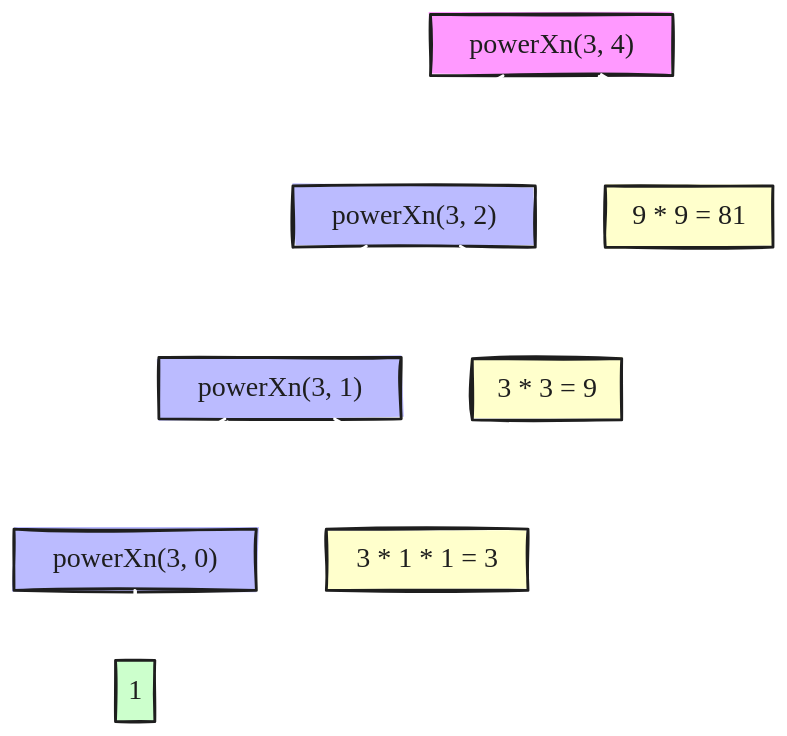
Before: lec34_recursionDay4/powerXn.excalidraw.svg, a diagram exported from Excalidraw (snckkund/Cpp). Source tidied: one line per element, renumbered; positions are measured from the earlier drawing's top-left corner, leaving out a move shared by most shapes. The source it was exported from:
```json
{"id": 0, "type": "rectangle", "strokeColor": "#1e1e1e", "backgroundColor": "#f9f", "fillStyle": "solid", "strokeWidth": 2, "roughness": 1, "x": 298, "y": 0, "width": 173, "height": 44}
{"id": 1, "type": "rectangle", "strokeColor": "#1e1e1e", "backgroundColor": "#bbf", "fillStyle": "solid", "strokeWidth": 2, "roughness": 1, "x": 199, "y": 123, "width": 173, "height": 44}
{"id": 2, "type": "rectangle", "strokeColor": "#1e1e1e", "backgroundColor": "#bbf", "fillStyle": "solid", "strokeWidth": 2, "roughness": 1, "x": 104, "y": 245, "width": 173, "height": 44}
{"id": 3, "type": "rectangle", "strokeColor": "#1e1e1e", "backgroundColor": "#bbf", "fillStyle": "solid", "strokeWidth": 2, "roughness": 1, "x": 0, "y": 368, "width": 173, "height": 44}
{"id": 4, "type": "rectangle", "strokeColor": "#1e1e1e", "backgroundColor": "#cfc", "fillStyle": "solid", "strokeWidth": 2, "roughness": 1, "x": 73, "y": 462, "width": 28, "height": 44}
{"id": 5, "type": "rectangle", "strokeColor": "#1e1e1e", "backgroundColor": "#ffc", "fillStyle": "solid", "strokeWidth": 2, "roughness": 1, "x": 223, "y": 368, "width": 144, "height": 44}
{"id": 6, "type": "rectangle", "strokeColor": "#1e1e1e", "backgroundColor": "#ffc", "fillStyle": "solid", "strokeWidth": 2, "roughness": 1, "x": 327, "y": 246, "width": 107, "height": 44}
{"id": 7, "type": "rectangle", "strokeColor": "#1e1e1e", "backgroundColor": "#ffc", "fillStyle": "solid", "strokeWidth": 2, "roughness": 1, "x": 422, "y": 123, "width": 120, "height": 44}
{"id": 8, "type": "arrow", "strokeColor": "#ffffff", "strokeWidth": 2, "roughness": 1, "endArrowhead": "arrow", "round": true, "from": 0, "to": 1, "x": 349, "y": 44, "width": 63, "height": 72, "points": [[0, 0], [-63, 39], [-63, 72]]}
{"id": 9, "type": "arrow", "strokeColor": "#ffffff", "strokeWidth": 2, "roughness": 1, "endArrowhead": "arrow", "round": true, "from": 1, "to": 2, "x": 252, "y": 167, "width": 61, "height": 73, "points": [[0, 0], [-61, 39], [-61, 73]]}
{"id": 10, "type": "arrow", "strokeColor": "#ffffff", "strokeWidth": 2, "roughness": 1, "endArrowhead": "arrow", "round": true, "from": 2, "to": 3, "x": 151, "y": 290, "width": 65, "height": 72, "points": [[0, 0], [-65, 38], [-65, 72]]}
{"id": 11, "type": "arrow", "strokeColor": "#ffffff", "strokeWidth": 2, "roughness": 1, "endArrowhead": "arrow", "round": true, "from": 3, "to": 4, "x": 87, "y": 412, "width": 0, "height": 44, "points": [[0, 0], [0, 44]]}
{"id": 12, "type": "arrow", "strokeColor": "#ffffff", "strokeWidth": 2, "roughness": 1, "endArrowhead": "arrow", "round": true, "from": 2, "to": 5, "x": 229, "y": 290, "width": 66, "height": 72, "points": [[0, 0], [66, 38], [66, 72]]}
{"id": 13, "type": "arrow", "strokeColor": "#ffffff", "strokeWidth": 2, "roughness": 1, "endArrowhead": "arrow", "round": true, "from": 1, "to": 6, "x": 320, "y": 167, "width": 61, "height": 74, "points": [[0, 0], [61, 39], [61, 74]]}
{"id": 14, "type": "arrow", "strokeColor": "#ffffff", "strokeWidth": 2, "roughness": 1, "endArrowhead": "arrow", "round": true, "from": 0, "to": 7, "x": 419, "y": 44, "width": 63, "height": 72, "points": [[0, 0], [63, 39], [63, 72]]}
{"id": 15, "type": "text", "text": "powerXn(3, 4)", "strokeColor": "#1e1e1e", "strokeWidth": 2, "roughness": 1, "fontSize": 20, "fontFamily": 5, "textAlign": "center", "verticalAlign": "middle", "inside": 0, "x": 318, "y": 9, "width": 132, "height": 25}
{"id": 16, "type": "text", "text": "powerXn(3, 2)", "strokeColor": "#1e1e1e", "strokeWidth": 2, "roughness": 1, "fontSize": 20, "fontFamily": 5, "textAlign": "center", "verticalAlign": "middle", "inside": 1, "x": 219, "y": 132, "width": 134, "height": 25}
{"id": 17, "type": "text", "text": "powerXn(3, 1)", "strokeColor": "#1e1e1e", "strokeWidth": 2, "roughness": 1, "fontSize": 20, "fontFamily": 5, "textAlign": "center", "verticalAlign": "middle", "inside": 2, "x": 126, "y": 255, "width": 129, "height": 25}
{"id": 18, "type": "text", "text": "powerXn(3, 0)", "strokeColor": "#1e1e1e", "strokeWidth": 2, "roughness": 1, "fontSize": 20, "fontFamily": 5, "textAlign": "center", "verticalAlign": "middle", "inside": 3, "x": 20, "y": 377, "width": 132, "height": 25}
{"id": 19, "type": "text", "text": "1", "strokeColor": "#1e1e1e", "strokeWidth": 2, "roughness": 1, "fontSize": 20, "fontFamily": 5, "textAlign": "center", "verticalAlign": "middle", "inside": 4, "x": 82, "y": 471, "width": 9, "height": 25}
{"id": 20, "type": "text", "text": "3 * 1 * 1 = 3", "strokeColor": "#1e1e1e", "strokeWidth": 2, "roughness": 1, "fontSize": 20, "fontFamily": 5, "textAlign": "center", "verticalAlign": "middle", "inside": 5, "x": 235, "y": 377, "width": 121, "height": 25}
{"id": 21, "type": "text", "text": "3 * 3 = 9", "strokeColor": "#1e1e1e", "strokeWidth": 2, "roughness": 1, "fontSize": 20, "fontFamily": 5, "textAlign": "center", "verticalAlign": "middle", "inside": 6, "x": 336, "y": 255, "width": 90, "height": 25}
{"id": 22, "type": "text", "text": "9 * 9 = 81", "strokeColor": "#1e1e1e", "strokeWidth": 2, "roughness": 1, "fontSize": 20, "fontFamily": 5, "textAlign": "center", "verticalAlign": "middle", "inside": 7, "x": 432, "y": 132, "width": 100, "height": 25}
{"id": 23, "type": "text", "text": "Return", "strokeColor": "#ffffff", "strokeWidth": 2, "roughness": 1, "fontSize": 20, "fontFamily": 5, "textAlign": "center", "verticalAlign": "middle", "inside": 12, "x": 262, "y": 316, "width": 58, "height": 25}
{"id": 24, "type": "text", "text": "Return", "strokeColor": "#ffffff", "strokeWidth": 2, "roughness": 1, "fontSize": 20, "fontFamily": 5, "textAlign": "center", "verticalAlign": "middle", "inside": 13, "x": 348, "y": 193, "width": 58, "height": 25}
{"id": 25, "type": "text", "text": "Return", "strokeColor": "#ffffff", "strokeWidth": 2, "roughness": 1, "fontSize": 20, "fontFamily": 5, "textAlign": "center", "verticalAlign": "middle", "inside": 14, "x": 449, "y": 71, "width": 67, "height": 25}
```
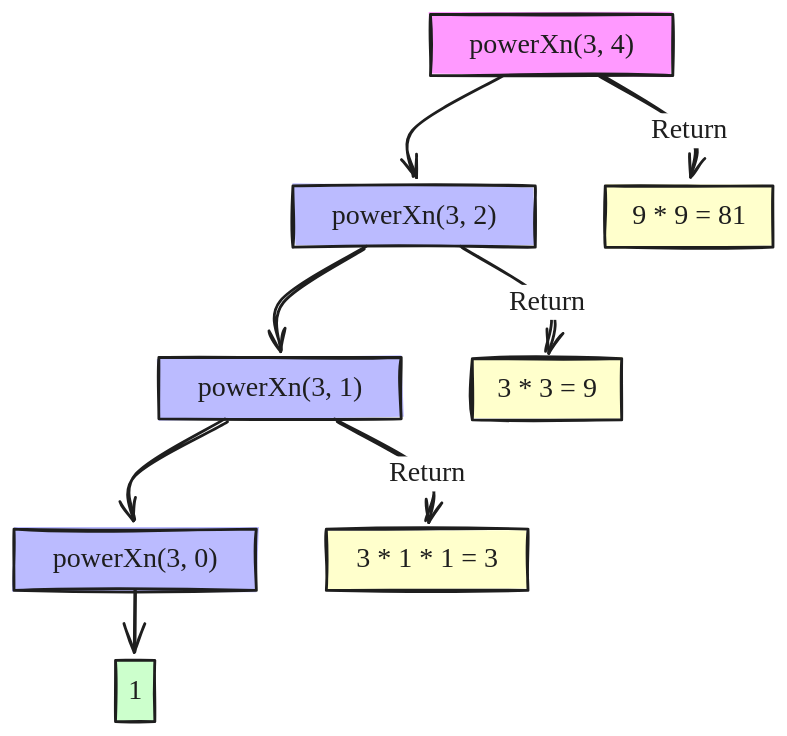
After the change.

Diff of the diagram source:
```diff
@@ -6,13 +6,13 @@
 {"id": 5, "type": "rectangle", "strokeColor": "#1e1e1e", "backgroundColor": "#ffc", "fillStyle": "solid", "strokeWidth": 2, "roughness": 1, "x": 223, "y": 368, "width": 144, "height": 44}
 {"id": 6, "type": "rectangle", "strokeColor": "#1e1e1e", "backgroundColor": "#ffc", "fillStyle": "solid", "strokeWidth": 2, "roughness": 1, "x": 327, "y": 246, "width": 107, "height": 44}
 {"id": 7, "type": "rectangle", "strokeColor": "#1e1e1e", "backgroundColor": "#ffc", "fillStyle": "solid", "strokeWidth": 2, "roughness": 1, "x": 422, "y": 123, "width": 120, "height": 44}
-{"id": 8, "type": "arrow", "strokeColor": "#ffffff", "strokeWidth": 2, "roughness": 1, "endArrowhead": "arrow", "round": true, "from": 0, "to": 1, "x": 349, "y": 44, "width": 63, "height": 72, "points": [[0, 0], [-63, 39], [-63, 72]]}
+{"id": 8, "type": "arrow", "strokeColor": "#1e1e1e", "strokeWidth": 2, "roughness": 1, "endArrowhead": "arrow", "round": true, "from": 0, "to": 1, "x": 349, "y": 44, "width": 63, "height": 72, "points": [[0, 0], [-63, 39], [-63, 72]]}
-{"id": 9, "type": "arrow", "strokeColor": "#ffffff", "strokeWidth": 2, "roughness": 1, "endArrowhead": "arrow", "round": true, "from": 1, "to": 2, "x": 252, "y": 167, "width": 61, "height": 73, "points": [[0, 0], [-61, 39], [-61, 73]]}
+{"id": 9, "type": "arrow", "strokeColor": "#1e1e1e", "strokeWidth": 2, "roughness": 1, "endArrowhead": "arrow", "round": true, "from": 1, "to": 2, "x": 252, "y": 167, "width": 61, "height": 73, "points": [[0, 0], [-61, 39], [-61, 73]]}
-{"id": 10, "type": "arrow", "strokeColor": "#ffffff", "strokeWidth": 2, "roughness": 1, "endArrowhead": "arrow", "round": true, "from": 2, "to": 3, "x": 151, "y": 290, "width": 65, "height": 72, "points": [[0, 0], [-65, 38], [-65, 72]]}
+{"id": 10, "type": "arrow", "strokeColor": "#1e1e1e", "strokeWidth": 2, "roughness": 1, "endArrowhead": "arrow", "round": true, "from": 2, "to": 3, "x": 151, "y": 290, "width": 65, "height": 72, "points": [[0, 0], [-65, 38], [-65, 72]]}
-{"id": 11, "type": "arrow", "strokeColor": "#ffffff", "strokeWidth": 2, "roughness": 1, "endArrowhead": "arrow", "round": true, "from": 3, "to": 4, "x": 87, "y": 412, "width": 0, "height": 44, "points": [[0, 0], [0, 44]]}
+{"id": 11, "type": "arrow", "strokeColor": "#1e1e1e", "strokeWidth": 2, "roughness": 1, "endArrowhead": "arrow", "round": true, "from": 3, "to": 4, "x": 87, "y": 412, "width": 0, "height": 44, "points": [[0, 0], [0, 44]]}
-{"id": 12, "type": "arrow", "strokeColor": "#ffffff", "strokeWidth": 2, "roughness": 1, "endArrowhead": "arrow", "round": true, "from": 2, "to": 5, "x": 229, "y": 290, "width": 66, "height": 72, "points": [[0, 0], [66, 38], [66, 72]]}
+{"id": 12, "type": "arrow", "strokeColor": "#1e1e1e", "strokeWidth": 2, "roughness": 1, "endArrowhead": "arrow", "round": true, "from": 2, "to": 5, "x": 229, "y": 290, "width": 66, "height": 72, "points": [[0, 0], [66, 38], [66, 72]]}
-{"id": 13, "type": "arrow", "strokeColor": "#ffffff", "strokeWidth": 2, "roughness": 1, "endArrowhead": "arrow", "round": true, "from": 1, "to": 6, "x": 320, "y": 167, "width": 61, "height": 74, "points": [[0, 0], [61, 39], [61, 74]]}
+{"id": 13, "type": "arrow", "strokeColor": "#1e1e1e", "strokeWidth": 2, "roughness": 1, "endArrowhead": "arrow", "round": true, "from": 1, "to": 6, "x": 320, "y": 167, "width": 61, "height": 74, "points": [[0, 0], [61, 39], [61, 74]]}
-{"id": 14, "type": "arrow", "strokeColor": "#ffffff", "strokeWidth": 2, "roughness": 1, "endArrowhead": "arrow", "round": true, "from": 0, "to": 7, "x": 419, "y": 44, "width": 63, "height": 72, "points": [[0, 0], [63, 39], [63, 72]]}
+{"id": 14, "type": "arrow", "strokeColor": "#1e1e1e", "strokeWidth": 2, "roughness": 1, "endArrowhead": "arrow", "round": true, "from": 0, "to": 7, "x": 419, "y": 44, "width": 63, "height": 72, "points": [[0, 0], [63, 39], [63, 72]]}
 {"id": 15, "type": "text", "text": "powerXn(3, 4)", "strokeColor": "#1e1e1e", "strokeWidth": 2, "roughness": 1, "fontSize": 20, "fontFamily": 5, "textAlign": "center", "verticalAlign": "middle", "inside": 0, "x": 318, "y": 9, "width": 132, "height": 25}
 {"id": 16, "type": "text", "text": "powerXn(3, 2)", "strokeColor": "#1e1e1e", "strokeWidth": 2, "roughness": 1, "fontSize": 20, "fontFamily": 5, "textAlign": "center", "verticalAlign": "middle", "inside": 1, "x": 219, "y": 132, "width": 134, "height": 25}
 {"id": 17, "type": "text", "text": "powerXn(3, 1)", "strokeColor": "#1e1e1e", "strokeWidth": 2, "roughness": 1, "fontSize": 20, "fontFamily": 5, "textAlign": "center", "verticalAlign": "middle", "inside": 2, "x": 126, "y": 255, "width": 129, "height": 25}
@@ -21,6 +21,6 @@
 {"id": 20, "type": "text", "text": "3 * 1 * 1 = 3", "strokeColor": "#1e1e1e", "strokeWidth": 2, "roughness": 1, "fontSize": 20, "fontFamily": 5, "textAlign": "center", "verticalAlign": "middle", "inside": 5, "x": 235, "y": 377, "width": 121, "height": 25}
 {"id": 21, "type": "text", "text": "3 * 3 = 9", "strokeColor": "#1e1e1e", "strokeWidth": 2, "roughness": 1, "fontSize": 20, "fontFamily": 5, "textAlign": "center", "verticalAlign": "middle", "inside": 6, "x": 336, "y": 255, "width": 90, "height": 25}
 {"id": 22, "type": "text", "text": "9 * 9 = 81", "strokeColor": "#1e1e1e", "strokeWidth": 2, "roughness": 1, "fontSize": 20, "fontFamily": 5, "textAlign": "center", "verticalAlign": "middle", "inside": 7, "x": 432, "y": 132, "width": 100, "height": 25}
-{"id": 23, "type": "text", "text": "Return", "strokeColor": "#ffffff", "strokeWidth": 2, "roughness": 1, "fontSize": 20, "fontFamily": 5, "textAlign": "center", "verticalAlign": "middle", "inside": 12, "x": 262, "y": 316, "width": 58, "height": 25}
+{"id": 23, "type": "text", "text": "Return", "strokeColor": "#1e1e1e", "strokeWidth": 2, "roughness": 1, "fontSize": 20, "fontFamily": 5, "textAlign": "center", "verticalAlign": "middle", "inside": 12, "x": 262, "y": 316, "width": 58, "height": 25}
-{"id": 24, "type": "text", "text": "Return", "strokeColor": "#ffffff", "strokeWidth": 2, "roughness": 1, "fontSize": 20, "fontFamily": 5, "textAlign": "center", "verticalAlign": "middle", "inside": 13, "x": 348, "y": 193, "width": 58, "height": 25}
+{"id": 24, "type": "text", "text": "Return", "strokeColor": "#1e1e1e", "strokeWidth": 2, "roughness": 1, "fontSize": 20, "fontFamily": 5, "textAlign": "center", "verticalAlign": "middle", "inside": 13, "x": 348, "y": 193, "width": 58, "height": 25}
-{"id": 25, "type": "text", "text": "Return", "strokeColor": "#ffffff", "strokeWidth": 2, "roughness": 1, "fontSize": 20, "fontFamily": 5, "textAlign": "center", "verticalAlign": "middle", "inside": 14, "x": 449, "y": 71, "width": 67, "height": 25}
+{"id": 25, "type": "text", "text": "Return", "strokeColor": "#1e1e1e", "strokeWidth": 2, "roughness": 1, "fontSize": 20, "fontFamily": 5, "textAlign": "center", "verticalAlign": "middle", "inside": 14, "x": 449, "y": 71, "width": 67, "height": 25}
```
